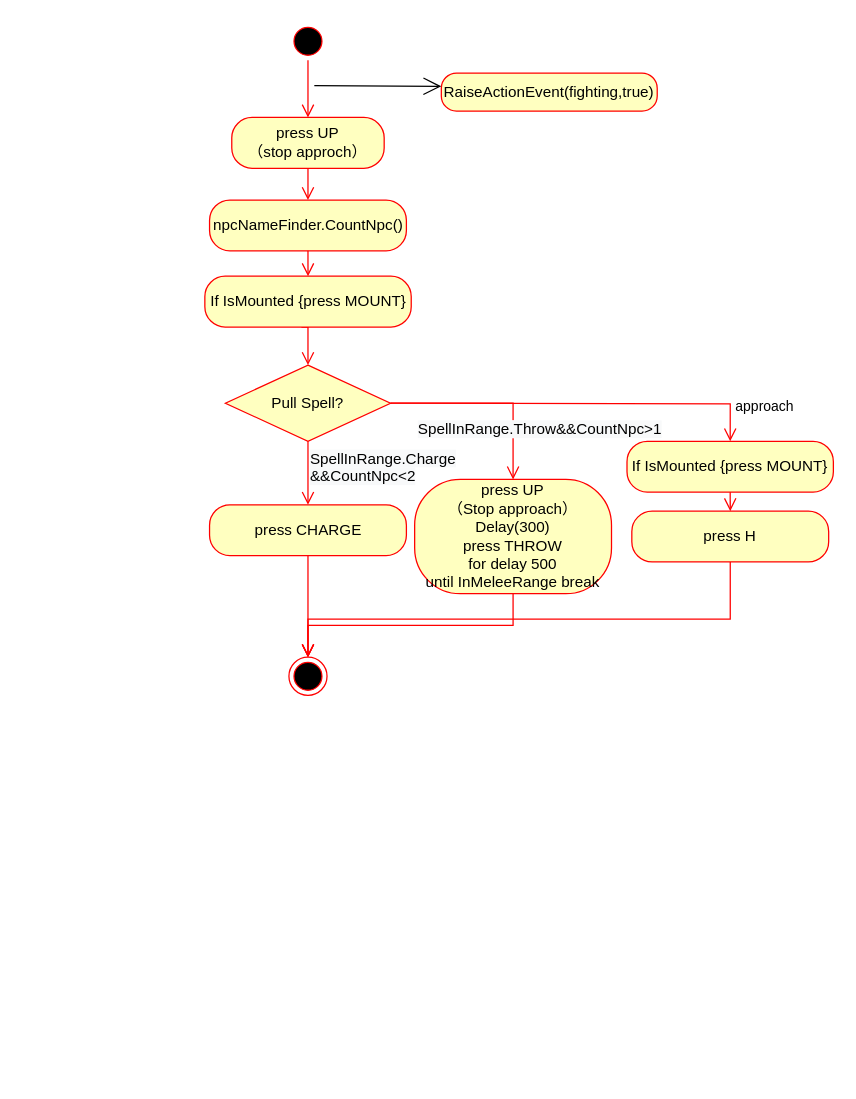
YannieCheung/botgrams keeps this draw.io diagram as PullTargetAction.drawio. Above is the earlier version. Source tidied: cells renumbered, new cells numbered last; positions are measured from the earlier drawing's top-left corner, leaving out a move shared by most shapes. Both pictures are drawn from the tidied source at 127%, with x=0, y=0 at pixel (204, 22).
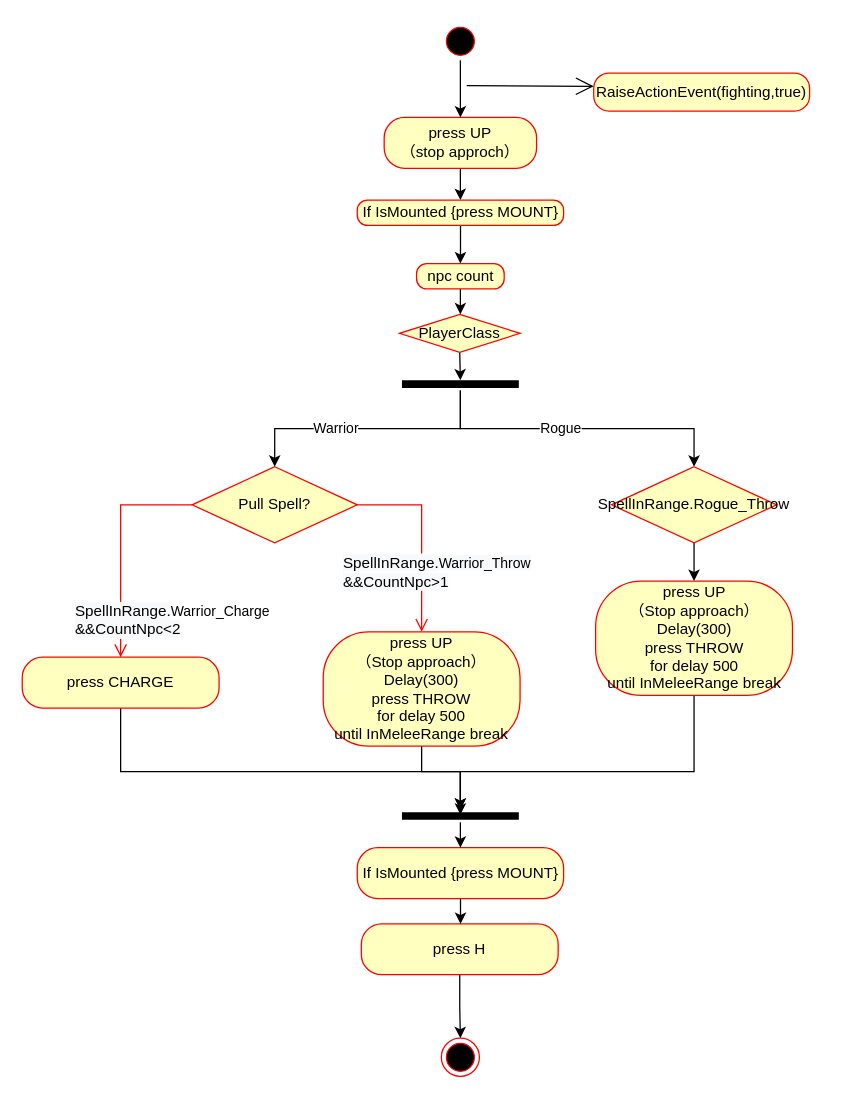
The same page after the edit.

Change to the diagram source:
```diff
@@
+    <mxCell id="25" style="edgeStyle=orthogonalEdgeStyle;rounded=0;jettySize=auto;html=1;" parent="1" edge="1" source="2" target="21">
+      <mxGeometry relative="1" as="geometry" />
+    </mxCell>
     <mxCell id="2" value="press UP&lt;br&gt;（stop approch）" style="rounded=1;whiteSpace=wrap;html=1;arcSize=40;fontColor=#000000;fillColor=#ffffc0;strokeColor=#ff0000;" parent="1" vertex="1">
-      <mxGeometry x="21" y="75" width="120" height="40" as="geometry" />
+      <mxGeometry x="141" y="75" width="120" height="40" as="geometry" />
     </mxCell>
-    <mxCell id="3" style="edgeStyle=orthogonalEdgeStyle;html=1;verticalAlign=bottom;endArrow=open;endSize=8;strokeColor=#ff0000;rounded=0;entryX=0.5;entryY=0;entryDx=0;entryDy=0;" parent="1" edge="1" source="2" target="7">
-      <mxGeometry relative="1" as="geometry" />
-    </mxCell>
-    <mxCell id="4" style="edgeStyle=orthogonalEdgeStyle;html=1;verticalAlign=bottom;endArrow=open;endSize=8;strokeColor=#ff0000;rounded=0;exitX=0.5;exitY=1;exitDx=0;exitDy=0;entryX=0.5;entryY=0;entryDx=0;entryDy=0;" parent="1" edge="1" source="15" target="2">
-      <mxGeometry relative="1" as="geometry" />
-    </mxCell>
     <mxCell id="5" value="&lt;span style=&quot;text-align: left;&quot;&gt;RaiseActionEvent(fighting,true)&lt;/span&gt;" style="rounded=1;whiteSpace=wrap;html=1;arcSize=40;fontColor=#000000;fillColor=#ffffc0;strokeColor=#ff0000;" parent="1" vertex="1">
-      <mxGeometry x="186" y="40" width="170" height="30" as="geometry" />
+      <mxGeometry x="306" y="40" width="170" height="30" as="geometry" />
     </mxCell>
     <mxCell id="6" style="endArrow=open;endFill=1;endSize=12;html=1;rounded=0;" parent="1" edge="1">
       <mxGeometry relative="1" as="geometry">
-        <mxPoint x="86" y="50" as="sourcePoint" />
-        <mxPoint x="186" y="50.5" as="targetPoint" />
+        <mxPoint x="206" y="50" as="sourcePoint" />
+        <mxPoint x="306" y="50.5" as="targetPoint" />
       </mxGeometry>
     </mxCell>
-    <mxCell id="7" value="npcNameFinder.CountNpc()" style="rounded=1;whiteSpace=wrap;html=1;arcSize=40;fontColor=#000000;fillColor=#ffffc0;strokeColor=#ff0000;" parent="1" vertex="1">
-      <mxGeometry x="3.5" y="140" width="155" height="40" as="geometry" />
-    </mxCell>
     <mxCell id="8" value="Pull Spell?" style="rhombus;whiteSpace=wrap;html=1;fillColor=#ffffc0;strokeColor=#ff0000;" parent="1" vertex="1">
-      <mxGeometry x="16" y="270" width="130" height="60" as="geometry" />
+      <mxGeometry x="-10.2" y="350" width="130" height="60" as="geometry" />
     </mxCell>
-    <mxCell id="9" value="&lt;span style=&quot;font-size: 12px; text-align: center; background-color: rgb(248, 249, 250);&quot;&gt;SpellInRange.&lt;/span&gt;&lt;span style=&quot;font-size: 12px; text-align: center; background-color: rgb(248, 249, 250);&quot;&gt;Throw&lt;/span&gt;&lt;span style=&quot;font-size: 12px; text-align: center; background-color: rgb(248, 249, 250);&quot;&gt;&amp;amp;&amp;amp;CountNpc&amp;gt;1&lt;/span&gt;" style="edgeStyle=orthogonalEdgeStyle;html=1;align=left;verticalAlign=bottom;endArrow=open;endSize=8;strokeColor=#ff0000;rounded=0;entryX=0.5;entryY=0;entryDx=0;entryDy=0;" parent="1" edge="1" source="8" target="13">
-      <mxGeometry x="-0.74" y="-30" relative="1" as="geometry" />
+    <mxCell id="9" value="&lt;span style=&quot;font-size: 12px; text-align: center; background-color: rgb(248, 249, 250);&quot;&gt;SpellInRange.&lt;/span&gt;&lt;span style=&quot;text-align: center; background-color: rgb(248, 249, 250);&quot;&gt;Warrior_Throw&lt;br&gt;&lt;/span&gt;&lt;span style=&quot;font-size: 12px; text-align: center; background-color: rgb(248, 249, 250);&quot;&gt;&amp;amp;&amp;amp;CountNpc&amp;gt;1&lt;/span&gt;" style="edgeStyle=orthogonalEdgeStyle;html=1;align=left;verticalAlign=bottom;endArrow=open;endSize=8;strokeColor=#ff0000;rounded=0;entryX=0.5;entryY=0;entryDx=0;entryDy=0;" parent="1" edge="1" source="8" target="13">
+      <mxGeometry x="0.6" y="-64" relative="1" as="geometry">
+        <Array as="points">
+          <mxPoint x="171" y="380" />
+        </Array>
+      </mxGeometry>
     </mxCell>
-    <mxCell id="10" value="&lt;span style=&quot;font-size: 12px; text-align: center; background-color: rgb(248, 249, 250);&quot;&gt;SpellInRange.Charge&lt;/span&gt;&lt;br style=&quot;font-size: 12px; text-align: center; background-color: rgb(248, 249, 250);&quot;&gt;&lt;span style=&quot;font-size: 12px; text-align: center; background-color: rgb(248, 249, 250);&quot;&gt;&amp;amp;&amp;amp;CountNpc&amp;lt;2&lt;/span&gt;" style="edgeStyle=orthogonalEdgeStyle;html=1;align=left;verticalAlign=top;endArrow=open;endSize=8;strokeColor=#ff0000;rounded=0;" parent="1" edge="1" source="8">
-      <mxGeometry x="-1" relative="1" as="geometry">
-        <mxPoint x="81" y="380" as="targetPoint" />
+    <mxCell id="10" value="&lt;span style=&quot;font-size: 12px; text-align: center; background-color: rgb(248, 249, 250);&quot;&gt;SpellInRange.&lt;/span&gt;Warrior_Charge&lt;br style=&quot;font-size: 12px; text-align: center; background-color: rgb(248, 249, 250);&quot;&gt;&lt;span style=&quot;font-size: 12px; text-align: center; background-color: rgb(248, 249, 250);&quot;&gt;&amp;amp;&amp;amp;CountNpc&amp;lt;2&lt;/span&gt;" style="edgeStyle=orthogonalEdgeStyle;html=1;align=left;verticalAlign=top;endArrow=open;endSize=8;strokeColor=#ff0000;rounded=0;exitX=0;exitY=0.5;exitDx=0;exitDy=0;entryX=0.5;entryY=0;entryDx=0;entryDy=0;" parent="1" edge="1" source="8" target="12">
+      <mxGeometry x="0.43" y="-38" relative="1" as="geometry">
         <Array as="points">
-          <mxPoint x="81" y="380" />
+          <mxPoint x="-66" y="380" />
         </Array>
       </mxGeometry>
     </mxCell>
-    <mxCell id="11" style="edgeStyle=orthogonalEdgeStyle;html=1;verticalAlign=bottom;endArrow=open;endSize=8;strokeColor=#ff0000;rounded=0;entryX=0.5;entryY=0;entryDx=0;entryDy=0;exitX=0.468;exitY=1;exitDx=0;exitDy=0;exitPerimeter=0;" parent="1" edge="1" source="21" target="8">
-      <mxGeometry relative="1" as="geometry">
-        <Array as="points">
-          <mxPoint x="81" y="240" />
-        </Array>
-      </mxGeometry>
-    </mxCell>
+    <mxCell id="26" style="edgeStyle=orthogonalEdgeStyle;rounded=0;jettySize=auto;html=1;entryX=0.5;entryY=0.4;entryDx=0;entryDy=0;entryPerimeter=0;" parent="1" edge="1" source="12" target="43">
+      <mxGeometry relative="1" as="geometry">
+        <Array as="points">
+          <mxPoint x="-66" y="590" />
+          <mxPoint x="201" y="590" />
+        </Array>
+      </mxGeometry>
+    </mxCell>
     <mxCell id="12" value="press CHARGE" style="rounded=1;whiteSpace=wrap;html=1;arcSize=40;fontColor=#000000;fillColor=#ffffc0;strokeColor=#ff0000;" parent="1" vertex="1">
-      <mxGeometry x="3.5" y="380" width="155" height="40" as="geometry" />
+      <mxGeometry x="-144" y="500" width="155" height="40" as="geometry" />
     </mxCell>
+    <mxCell id="27" style="edgeStyle=orthogonalEdgeStyle;rounded=0;jettySize=auto;html=1;" parent="1" edge="1" source="13" target="43">
+      <mxGeometry relative="1" as="geometry">
+        <Array as="points">
+          <mxPoint x="171" y="590" />
+          <mxPoint x="201" y="590" />
+        </Array>
+      </mxGeometry>
+    </mxCell>
     <mxCell id="13" value="press UP&lt;br&gt;（Stop approach）&lt;br&gt;Delay(300)&lt;br&gt;press THROW&lt;br&gt;for delay 500 until&amp;nbsp;InMeleeRange break" style="rounded=1;whiteSpace=wrap;html=1;arcSize=40;fontColor=#000000;fillColor=#ffffc0;strokeColor=#ff0000;" parent="1" vertex="1">
-      <mxGeometry x="165" y="360" width="155" height="90" as="geometry" />
+      <mxGeometry x="93" y="480" width="155" height="90" as="geometry" />
     </mxCell>
     <mxCell id="14" style="ellipse;html=1;shape=endState;fillColor=#000000;strokeColor=#ff0000;" parent="1" vertex="1">
-      <mxGeometry x="66" y="500" width="30" height="30" as="geometry" />
+      <mxGeometry x="186" y="800" width="30" height="30" as="geometry" />
     </mxCell>
+    <mxCell id="4" style="edgeStyle=orthogonalEdgeStyle;rounded=0;jettySize=auto;html=1;entryX=0.5;entryY=0;entryDx=0;entryDy=0;" parent="1" edge="1" source="15" target="2">
+      <mxGeometry relative="1" as="geometry" />
+    </mxCell>
     <mxCell id="15" style="ellipse;html=1;shape=startState;fillColor=#000000;strokeColor=#ff0000;" parent="1" vertex="1">
-      <mxGeometry x="66" width="30" height="30" as="geometry" />
+      <mxGeometry x="186" width="30" height="30" as="geometry" />
     </mxCell>
-    <mxCell id="16" style="edgeStyle=orthogonalEdgeStyle;html=1;verticalAlign=bottom;endArrow=open;endSize=8;strokeColor=#ff0000;rounded=0;exitX=0.5;exitY=1;exitDx=0;exitDy=0;entryX=0.5;entryY=0;entryDx=0;entryDy=0;" parent="1" edge="1" source="12" target="14">
-      <mxGeometry relative="1" as="geometry" />
-    </mxCell>
-    <mxCell id="17" style="edgeStyle=orthogonalEdgeStyle;html=1;verticalAlign=bottom;endArrow=open;endSize=8;strokeColor=#ff0000;rounded=0;exitX=0.5;exitY=1;exitDx=0;exitDy=0;" parent="1" edge="1" source="13" target="14">
-      <mxGeometry relative="1" as="geometry" />
-    </mxCell>
+    <mxCell id="20" style="edgeStyle=orthogonalEdgeStyle;rounded=0;jettySize=auto;html=1;" parent="1" edge="1" source="18" target="14">
+      <mxGeometry relative="1" as="geometry" />
+    </mxCell>
     <mxCell id="18" value="press H" style="rounded=1;whiteSpace=wrap;html=1;arcSize=40;fontColor=#000000;fillColor=#ffffc0;strokeColor=#ff0000;" parent="1" vertex="1">
-      <mxGeometry x="336" y="385" width="155" height="40" as="geometry" />
+      <mxGeometry x="123" y="710" width="155" height="40" as="geometry" />
     </mxCell>
-    <mxCell id="19" value="&lt;div style=&quot;text-align: center;&quot;&gt;approach&lt;/div&gt;" style="edgeStyle=orthogonalEdgeStyle;html=1;align=left;verticalAlign=bottom;endArrow=open;endSize=8;strokeColor=#ff0000;rounded=0;entryX=0.5;entryY=0;entryDx=0;entryDy=0;" parent="1" edge="1" target="23">
-      <mxGeometry x="0.87" y="3" relative="1" as="geometry">
-        <mxPoint x="146" y="300" as="sourcePoint" />
-        <mxPoint y="1" as="offset" />
-      </mxGeometry>
-    </mxCell>
-    <mxCell id="20" style="edgeStyle=orthogonalEdgeStyle;html=1;verticalAlign=bottom;endArrow=open;endSize=8;strokeColor=#ff0000;rounded=0;exitX=0.5;exitY=1;exitDx=0;exitDy=0;entryX=0.5;entryY=0;entryDx=0;entryDy=0;" parent="1" edge="1" source="18" target="14">
-      <mxGeometry relative="1" as="geometry">
-        <Array as="points">
-          <mxPoint x="414" y="470" />
-          <mxPoint x="81" y="470" />
-        </Array>
-      </mxGeometry>
-    </mxCell>
+    <mxCell id="24" style="edgeStyle=orthogonalEdgeStyle;rounded=0;jettySize=auto;html=1;entryX=0.5;entryY=0;entryDx=0;entryDy=0;" parent="1" edge="1" source="23" target="18">
+      <mxGeometry relative="1" as="geometry" />
+    </mxCell>
+    <mxCell id="23" value="If IsMounted {press MOUNT}" style="rounded=1;whiteSpace=wrap;html=1;arcSize=40;fontColor=#000000;fillColor=#ffffc0;strokeColor=#ff0000;" parent="1" vertex="1">
+      <mxGeometry x="119.8" y="650" width="162.5" height="40" as="geometry" />
+    </mxCell>
+    <mxCell id="28" style="edgeStyle=orthogonalEdgeStyle;rounded=0;jettySize=auto;html=1;" parent="1" edge="1" source="21" target="30">
+      <mxGeometry relative="1" as="geometry" />
+    </mxCell>
     <mxCell id="21" value="If IsMounted {press MOUNT}" style="rounded=1;whiteSpace=wrap;html=1;arcSize=40;fontColor=#000000;fillColor=#ffffc0;strokeColor=#ff0000;" parent="1" vertex="1">
-      <mxGeometry x="-0.2" y="200" width="162.5" height="40" as="geometry" />
+      <mxGeometry x="119.8" y="140" width="162.5" height="20" as="geometry" />
     </mxCell>
-    <mxCell id="22" style="edgeStyle=orthogonalEdgeStyle;html=1;verticalAlign=bottom;endArrow=open;endSize=8;strokeColor=#ff0000;rounded=0;entryX=0.5;entryY=0;entryDx=0;entryDy=0;exitX=0.5;exitY=1;exitDx=0;exitDy=0;" parent="1" edge="1" source="7" target="21">
-      <mxGeometry relative="1" as="geometry" />
-    </mxCell>
-    <mxCell id="23" value="If IsMounted {press MOUNT}" style="rounded=1;whiteSpace=wrap;html=1;arcSize=40;fontColor=#000000;fillColor=#ffffc0;strokeColor=#ff0000;" parent="1" vertex="1">
-      <mxGeometry x="332.2" y="330" width="162.5" height="40" as="geometry" />
-    </mxCell>
-    <mxCell id="24" style="edgeStyle=orthogonalEdgeStyle;html=1;verticalAlign=bottom;endArrow=open;endSize=8;strokeColor=#ff0000;rounded=0;entryX=0.5;entryY=0;entryDx=0;entryDy=0;exitX=0.5;exitY=1;exitDx=0;exitDy=0;" parent="1" edge="1" source="23" target="18">
-      <mxGeometry relative="1" as="geometry" />
-    </mxCell>
+    <mxCell id="29" style="edgeStyle=orthogonalEdgeStyle;rounded=0;jettySize=auto;html=1;entryX=0.5;entryY=0;entryDx=0;entryDy=0;" parent="1" edge="1" source="30">
+      <mxGeometry relative="1" as="geometry">
+        <mxPoint x="201" y="230" as="targetPoint" />
+      </mxGeometry>
+    </mxCell>
+    <mxCell id="30" value="npc count" style="rounded=1;whiteSpace=wrap;html=1;arcSize=40;fontColor=#000000;fillColor=#ffffc0;strokeColor=#ff0000;" parent="1" vertex="1">
+      <mxGeometry x="166.5" y="190" width="69" height="20" as="geometry" />
+    </mxCell>
+    <mxCell id="31" style="edgeStyle=orthogonalEdgeStyle;rounded=0;jettySize=auto;html=1;entryX=0.5;entryY=0.2;entryDx=0;entryDy=0;entryPerimeter=0;exitX=0.5;exitY=1;exitDx=0;exitDy=0;" parent="1" edge="1" source="37" target="36">
+      <mxGeometry relative="1" as="geometry" />
+    </mxCell>
+    <mxCell id="32" style="edgeStyle=orthogonalEdgeStyle;rounded=0;jettySize=auto;html=1;entryX=0.5;entryY=0;entryDx=0;entryDy=0;" parent="1" edge="1" source="36" target="8">
+      <mxGeometry relative="1" as="geometry">
+        <Array as="points">
+          <mxPoint x="201" y="320" />
+          <mxPoint x="55" y="320" />
+        </Array>
+      </mxGeometry>
+    </mxCell>
+    <mxCell id="33" value="Warrior" style="edgeLabel;html=1;align=center;verticalAlign=middle;" parent="32" vertex="1">
+      <mxGeometry x="0.25" y="-1" relative="1" as="geometry" />
+    </mxCell>
+    <mxCell id="34" style="edgeStyle=orthogonalEdgeStyle;rounded=0;jettySize=auto;html=1;entryX=0.5;entryY=0;entryDx=0;entryDy=0;" parent="1" edge="1" source="36" target="39">
+      <mxGeometry relative="1" as="geometry">
+        <Array as="points">
+          <mxPoint x="201" y="320" />
+          <mxPoint x="385" y="320" />
+        </Array>
+      </mxGeometry>
+    </mxCell>
+    <mxCell id="35" value="Rogue" style="edgeLabel;html=1;align=center;verticalAlign=middle;" parent="34" vertex="1">
+      <mxGeometry x="-0.11" y="1" relative="1" as="geometry">
+        <mxPoint x="-1" as="offset" />
+      </mxGeometry>
+    </mxCell>
+    <mxCell id="36" style="shape=line;html=1;strokeWidth=6;strokeColor=#000000;rounded=1;" parent="1" vertex="1">
+      <mxGeometry x="155" y="280" width="92" height="10" as="geometry" />
+    </mxCell>
+    <mxCell id="37" value="PlayerClass" style="rhombus;whiteSpace=wrap;html=1;fillColor=#ffffc0;strokeColor=#ff0000;" parent="1" vertex="1">
+      <mxGeometry x="153" y="230" width="95" height="30" as="geometry" />
+    </mxCell>
+    <mxCell id="38" style="edgeStyle=orthogonalEdgeStyle;rounded=0;jettySize=auto;html=1;" parent="1" edge="1" source="39" target="41">
+      <mxGeometry relative="1" as="geometry" />
+    </mxCell>
+    <mxCell id="39" value="&lt;span style=&quot;text-align: left;&quot;&gt;SpellInRange.Rogue_Throw&lt;/span&gt;" style="rhombus;whiteSpace=wrap;html=1;fillColor=#ffffc0;strokeColor=#ff0000;" parent="1" vertex="1">
+      <mxGeometry x="320" y="350" width="130" height="60" as="geometry" />
+    </mxCell>
+    <mxCell id="40" style="edgeStyle=orthogonalEdgeStyle;rounded=0;jettySize=auto;html=1;" parent="1" edge="1" source="41">
+      <mxGeometry relative="1" as="geometry">
+        <mxPoint x="201" y="620" as="targetPoint" />
+        <Array as="points">
+          <mxPoint x="385" y="590" />
+          <mxPoint x="201" y="590" />
+        </Array>
+      </mxGeometry>
+    </mxCell>
+    <mxCell id="41" value="press UP&lt;br&gt;（Stop approach）&lt;br&gt;Delay(300)&lt;br&gt;press THROW&lt;br&gt;for delay 500 until&amp;nbsp;InMeleeRange break" style="rounded=1;whiteSpace=wrap;html=1;arcSize=40;fontColor=#000000;fillColor=#ffffc0;strokeColor=#ff0000;" parent="1" vertex="1">
+      <mxGeometry x="307.5" y="440" width="155" height="90" as="geometry" />
+    </mxCell>
+    <mxCell id="42" style="edgeStyle=orthogonalEdgeStyle;rounded=0;jettySize=auto;html=1;" parent="1" edge="1" source="43" target="23">
+      <mxGeometry relative="1" as="geometry" />
+    </mxCell>
+    <mxCell id="43" style="shape=line;html=1;strokeWidth=6;strokeColor=#000000;rounded=1;" parent="1" vertex="1">
+      <mxGeometry x="155" y="620" width="92" height="10" as="geometry" />
+    </mxCell>
```
